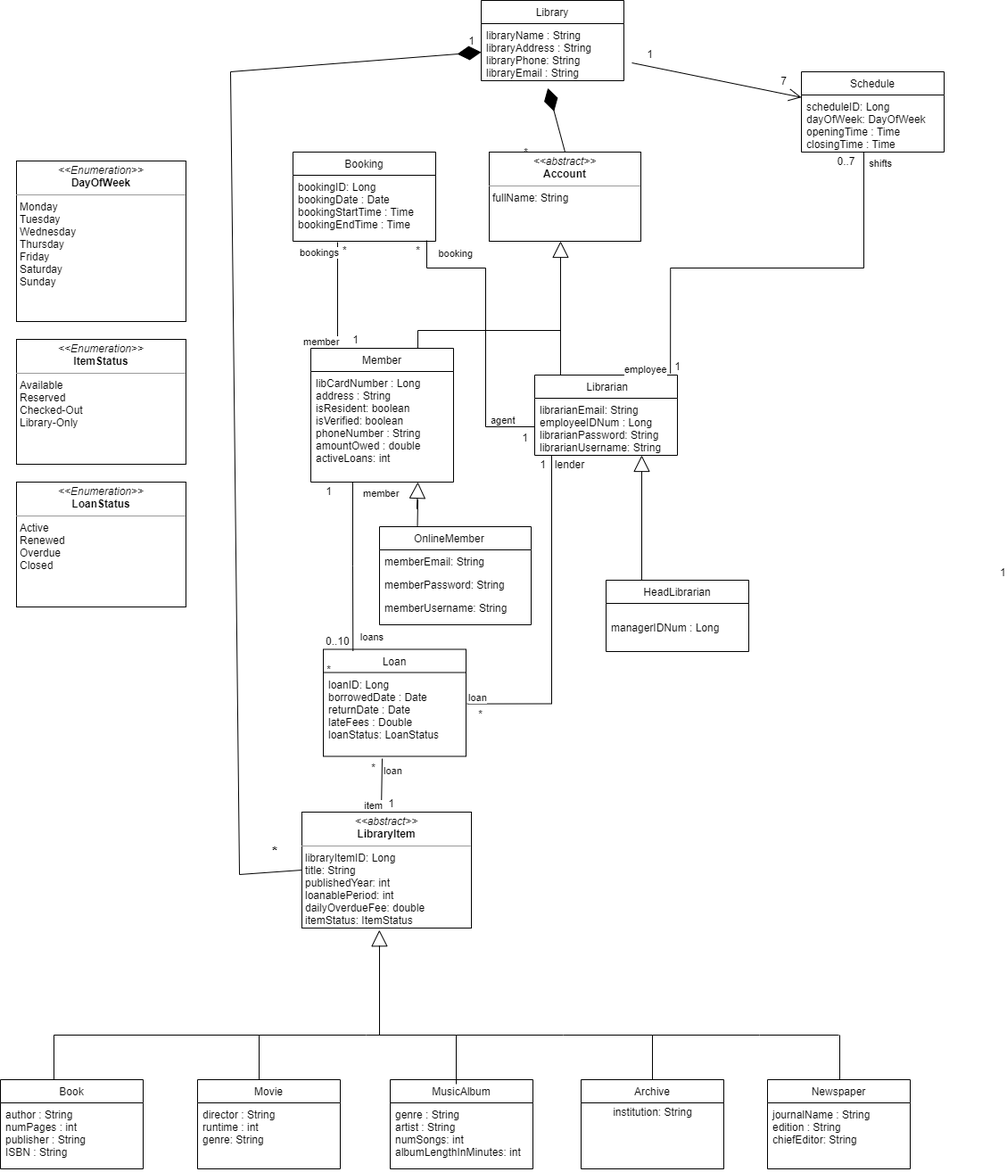
The draw.io diagram UML-Group -UML.drawio.png in McGill-ECSE321-Fall2021/project-group-09, before a commit. Source tidied: cells renumbered, new cells last; positions are measured from the earlier drawing's top-left corner, leaving out a move shared by most shapes.
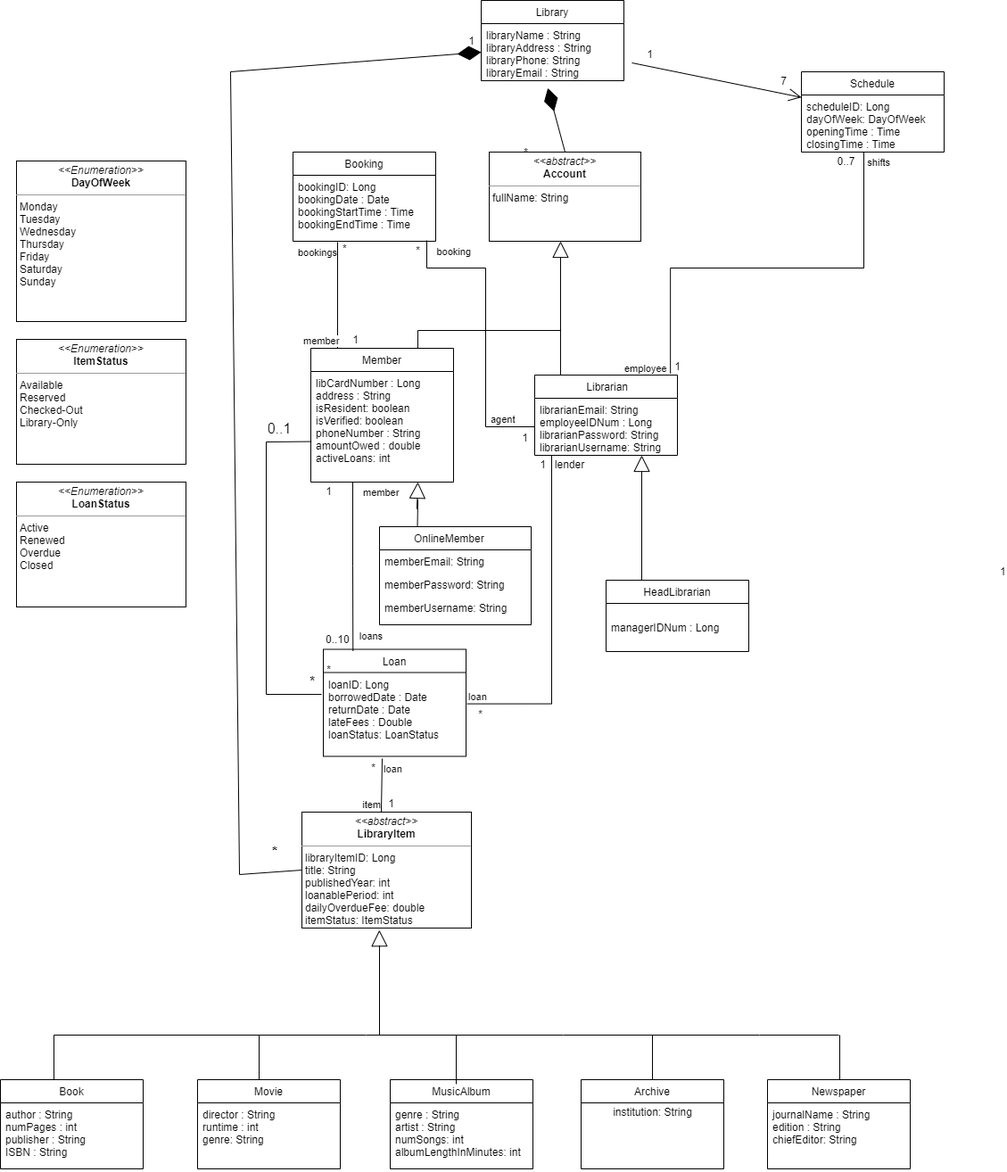
The same diagram one commit later.

Commit message:
update domain model to add Member-LibraryItem reserved connection

Change to the diagram source:
```diff
@@ -397,5 +397,19 @@
     <mxCell id="97" value="*" style="text;html=1;strokeColor=none;fillColor=none;align=center;verticalAlign=middle;whiteSpace=wrap;rounded=0;fontSize=16;fontStyle=1;" parent="1" vertex="1">
       <mxGeometry x="278" y="940" width="60" height="30" as="geometry" />
     </mxCell>
+    <mxCell id="98" style="endArrow=none;html=1;rounded=0;entryX=0.004;entryY=0.689;entryDx=0;entryDy=0;entryPerimeter=0;exitX=-0.012;exitY=0.292;exitDx=0;exitDy=0;exitPerimeter=0;" parent="1" edge="1" source="13" target="7">
+      <mxGeometry relative="1" as="geometry">
+        <Array as="points">
+          <mxPoint x="298" y="778" />
+          <mxPoint x="298" y="495" />
+        </Array>
+      </mxGeometry>
+    </mxCell>
+    <mxCell id="99" value="&lt;font style=&quot;font-size: 16px&quot;&gt;*&lt;/font&gt;" style="text;html=1;strokeColor=none;fillColor=none;align=center;verticalAlign=middle;whiteSpace=wrap;rounded=0;" parent="1" vertex="1">
+      <mxGeometry x="345" y="754" width="10" height="20" as="geometry" />
+    </mxCell>
+    <mxCell id="100" value="&lt;font style=&quot;font-size: 16px&quot;&gt;0..1&lt;br&gt;&lt;/font&gt;" style="text;html=1;strokeColor=none;fillColor=none;align=center;verticalAlign=middle;whiteSpace=wrap;rounded=0;" parent="1" vertex="1">
+      <mxGeometry x="298" y="470" width="30" height="20" as="geometry" />
+    </mxCell>
   </root>
 </mxGraphModel>
```
